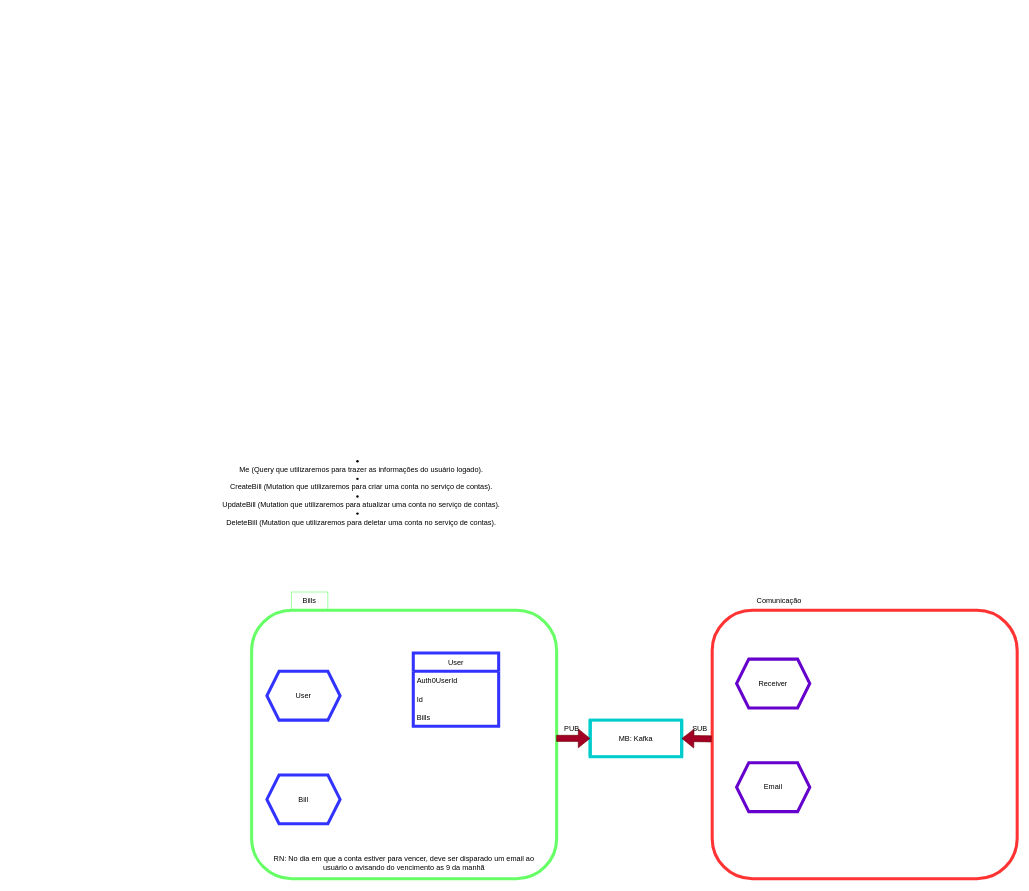
Earlier version of the draw.io diagram domain.drawio (Leonardo-KF/C012-Especialidades). Source tidied: cells renumbered, new cells numbered last; positions are measured from the earlier drawing's top-left corner, leaving out a move shared by most shapes. Both pictures are drawn from the tidied source at 61%, with x=0, y=0 at pixel (10, 445).
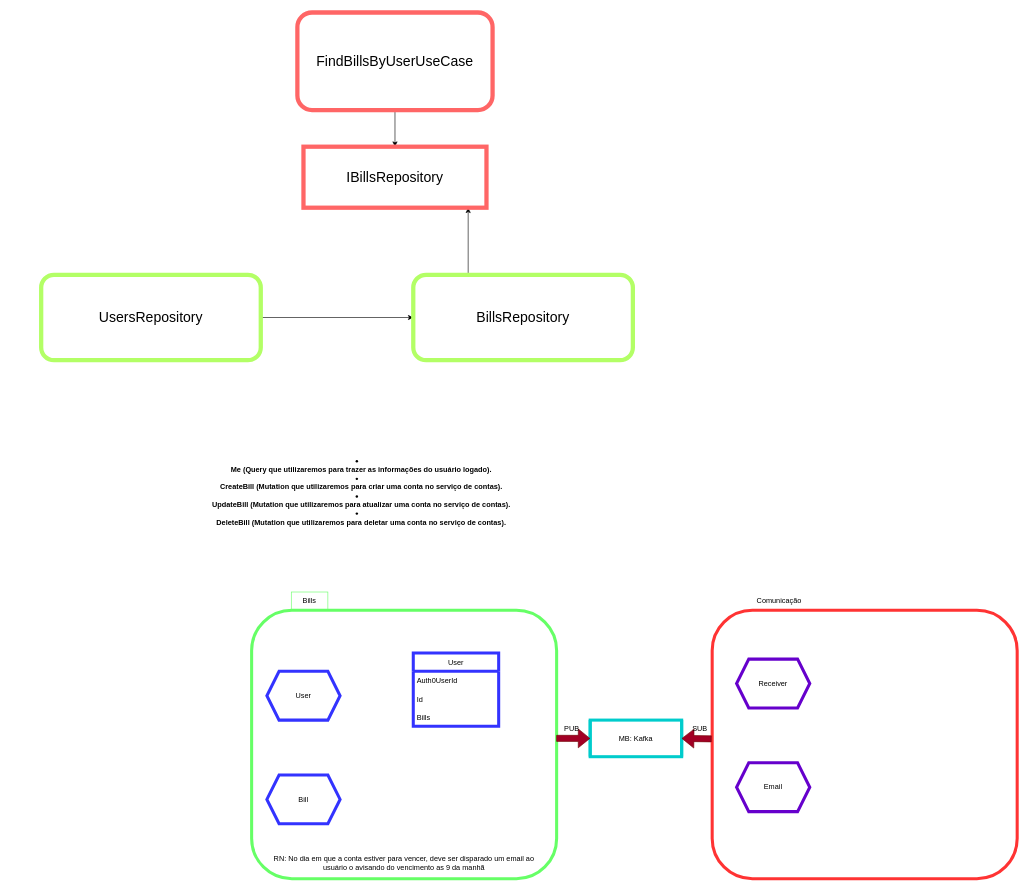
After the change.

The edit, as a diff of the source:
```diff
@@
-    <mxCell id="20" value="&lt;div class=&quot;css-1dbjc4n r-1ro0kt6 r-18u37iz r-16y2uox r-1wbh5a2 r-1777fci&quot;&gt;&lt;div class=&quot;css-1dbjc4n r-1ro0kt6 r-16y2uox r-1wbh5a2 r-1vco6b3 r-9aemit&quot;&gt;&lt;div class=&quot;css-1dbjc4n&quot;&gt;&lt;div class=&quot;css-1dbjc4n&quot;&gt;&lt;li class=&quot;css-4rbku5 r-1oszu61 r-1xc7w19 r-1phboty r-1yadl64 r-deolkf r-6koalj r-1mlwlqe r-eqz5dr r-1q142lx r-crgep1 r-ifefl9 r-bcqeeo r-t60dpp r-iphfwy r-wk8lta r-1yzf0co r-bnwqim r-417010&quot;&gt;&lt;div class=&quot;r-1oszu61 r-1xc7w19 r-1phboty r-1yadl64 r-deolkf r-6koalj r-1ro0kt6 r-18u37iz r-16y2uox r-1wbh5a2 r-crgep1 r-ifefl9 r-bcqeeo r-t60dpp r-bnwqim r-417010&quot;&gt;&lt;div class=&quot;css-1dbjc4n r-13awgt0&quot;&gt;&lt;div class=&quot;r-1oszu61 r-1xc7w19 r-1phboty r-1yadl64 r-deolkf r-6koalj r-1mlwlqe r-eqz5dr r-1q142lx r-crgep1 r-ifefl9 r-bcqeeo r-t60dpp r-bnwqim r-417010&quot;&gt;&lt;div dir=&quot;auto&quot; class=&quot;css-901oao r-z9jf92 r-gg6oyi r-ubezar r-16dba41 r-135wba7 r-fdjqy7 r-1xnzce8&quot;&gt;&lt;span&gt;Me (Query que utilizaremos para trazer as informações do usuário logado). &lt;/span&gt;&lt;/div&gt;&lt;/div&gt;&lt;/div&gt;&lt;/div&gt;&lt;/li&gt;&lt;/div&gt;&lt;/div&gt;&lt;/div&gt;&lt;/div&gt;&lt;div class=&quot;css-1dbjc4n r-1ro0kt6 r-18u37iz r-16y2uox r-1wbh5a2 r-1777fci&quot;&gt;&lt;div class=&quot;css-1dbjc4n r-1ro0kt6 r-16y2uox r-1wbh5a2 r-1vco6b3 r-9aemit&quot;&gt;&lt;div class=&quot;css-1dbjc4n&quot;&gt;&lt;div class=&quot;css-1dbjc4n&quot;&gt;&lt;li class=&quot;css-4rbku5 r-1oszu61 r-1xc7w19 r-1phboty r-1yadl64 r-deolkf r-6koalj r-1mlwlqe r-eqz5dr r-1q142lx r-crgep1 r-ifefl9 r-bcqeeo r-t60dpp r-iphfwy r-1h8ys4a r-1yzf0co r-bnwqim r-417010&quot;&gt;&lt;div class=&quot;r-1oszu61 r-1xc7w19 r-1phboty r-1yadl64 r-deolkf r-6koalj r-1ro0kt6 r-18u37iz r-16y2uox r-1wbh5a2 r-crgep1 r-ifefl9 r-bcqeeo r-t60dpp r-bnwqim r-417010&quot;&gt;&lt;div class=&quot;r-1awozwy r-1xc7w19 r-1phboty r-1yadl64 r-deolkf r-6koalj r-1mlwlqe r-18u37iz r-1q142lx r-1472mwg r-crgep1 r-ifefl9 r-bcqeeo r-t60dpp r-1m04atk r-1pyaxff r-bnwqim r-417010&quot;&gt;&lt;/div&gt;&lt;div class=&quot;css-1dbjc4n r-13awgt0&quot;&gt;&lt;div class=&quot;r-1oszu61 r-1xc7w19 r-1phboty r-1yadl64 r-deolkf r-6koalj r-1mlwlqe r-eqz5dr r-1q142lx r-crgep1 r-ifefl9 r-bcqeeo r-t60dpp r-bnwqim r-417010&quot;&gt;&lt;div dir=&quot;auto&quot; class=&quot;css-901oao r-z9jf92 r-gg6oyi r-ubezar r-16dba41 r-135wba7 r-fdjqy7 r-1xnzce8&quot;&gt;&lt;span&gt;CreateBill (Mutation que utilizaremos para criar uma conta no serviço de contas).&lt;/span&gt;&lt;/div&gt;&lt;/div&gt;&lt;/div&gt;&lt;/div&gt;&lt;/li&gt;&lt;/div&gt;&lt;/div&gt;&lt;/div&gt;&lt;/div&gt;&lt;div class=&quot;css-1dbjc4n r-1ro0kt6 r-18u37iz r-16y2uox r-1wbh5a2 r-1777fci&quot;&gt;&lt;div class=&quot;css-1dbjc4n r-1ro0kt6 r-16y2uox r-1wbh5a2 r-1vco6b3 r-9aemit&quot;&gt;&lt;div class=&quot;css-1dbjc4n&quot;&gt;&lt;div class=&quot;css-1dbjc4n&quot;&gt;&lt;li class=&quot;css-4rbku5 r-1oszu61 r-1xc7w19 r-1phboty r-1yadl64 r-deolkf r-6koalj r-1mlwlqe r-eqz5dr r-1q142lx r-crgep1 r-ifefl9 r-bcqeeo r-t60dpp r-iphfwy r-1h8ys4a r-1yzf0co r-bnwqim r-417010&quot;&gt;&lt;div class=&quot;r-1oszu61 r-1xc7w19 r-1phboty r-1yadl64 r-deolkf r-6koalj r-1ro0kt6 r-18u37iz r-16y2uox r-1wbh5a2 r-crgep1 r-ifefl9 r-bcqeeo r-t60dpp r-bnwqim r-417010&quot;&gt;&lt;div class=&quot;r-1awozwy r-1xc7w19 r-1phboty r-1yadl64 r-deolkf r-6koalj r-1mlwlqe r-18u37iz r-1q142lx r-1472mwg r-crgep1 r-ifefl9 r-bcqeeo r-t60dpp r-1m04atk r-1pyaxff r-bnwqim r-417010&quot;&gt;&lt;/div&gt;&lt;div class=&quot;css-1dbjc4n r-13awgt0&quot;&gt;&lt;div class=&quot;r-1oszu61 r-1xc7w19 r-1phboty r-1yadl64 r-deolkf r-6koalj r-1mlwlqe r-eqz5dr r-1q142lx r-crgep1 r-ifefl9 r-bcqeeo r-t60dpp r-bnwqim r-417010&quot;&gt;&lt;div dir=&quot;auto&quot; class=&quot;css-901oao r-z9jf92 r-gg6oyi r-ubezar r-16dba41 r-135wba7 r-fdjqy7 r-1xnzce8&quot;&gt;&lt;span&gt;UpdateBill (Mutation que utilizaremos para atualizar uma conta no serviço de contas).&lt;/span&gt;&lt;/div&gt;&lt;/div&gt;&lt;/div&gt;&lt;/div&gt;&lt;/li&gt;&lt;/div&gt;&lt;/div&gt;&lt;/div&gt;&lt;/div&gt;&lt;div class=&quot;css-1dbjc4n r-1ro0kt6 r-18u37iz r-16y2uox r-1wbh5a2 r-1777fci&quot;&gt;&lt;div class=&quot;css-1dbjc4n r-1ro0kt6 r-16y2uox r-1wbh5a2 r-1vco6b3 r-9aemit&quot;&gt;&lt;div class=&quot;css-1dbjc4n&quot;&gt;&lt;div class=&quot;css-1dbjc4n&quot;&gt;&lt;li class=&quot;css-4rbku5 r-1oszu61 r-1xc7w19 r-1phboty r-1yadl64 r-deolkf r-6koalj r-1mlwlqe r-eqz5dr r-1q142lx r-crgep1 r-ifefl9 r-bcqeeo r-t60dpp r-1mdbw0j r-1h8ys4a r-1yzf0co r-bnwqim r-417010&quot;&gt;&lt;div class=&quot;r-1oszu61 r-1xc7w19 r-1phboty r-1yadl64 r-deolkf r-6koalj r-1ro0kt6 r-18u37iz r-16y2uox r-1wbh5a2 r-crgep1 r-ifefl9 r-bcqeeo r-t60dpp r-bnwqim r-417010&quot;&gt;&lt;div class=&quot;r-1awozwy r-1xc7w19 r-1phboty r-1yadl64 r-deolkf r-6koalj r-1mlwlqe r-18u37iz r-1q142lx r-1472mwg r-crgep1 r-ifefl9 r-bcqeeo r-t60dpp r-1m04atk r-1pyaxff r-bnwqim r-417010&quot;&gt;&lt;/div&gt;&lt;div class=&quot;css-1dbjc4n r-13awgt0&quot;&gt;&lt;div class=&quot;r-1oszu61 r-1xc7w19 r-1phboty r-1yadl64 r-deolkf r-6koalj r-1mlwlqe r-eqz5dr r-1q142lx r-crgep1 r-ifefl9 r-bcqeeo r-t60dpp r-bnwqim r-417010&quot;&gt;&lt;div dir=&quot;auto&quot; class=&quot;css-901oao r-z9jf92 r-gg6oyi r-ubezar r-16dba41 r-135wba7 r-fdjqy7 r-1xnzce8&quot;&gt;&lt;span&gt;DeleteBill (Mutation que utilizaremos para deletar uma conta no serviço de contas).&lt;/span&gt;&lt;/div&gt;&lt;/div&gt;&lt;/div&gt;&lt;/div&gt;&lt;/li&gt;&lt;/div&gt;&lt;/div&gt;&lt;/div&gt;&lt;/div&gt;" style="text;html=1;strokeColor=none;fillColor=none;align=center;verticalAlign=middle;whiteSpace=wrap;rounded=0;" parent="1" vertex="1">
+    <mxCell id="20" value="&lt;div class=&quot;css-1dbjc4n r-1ro0kt6 r-18u37iz r-16y2uox r-1wbh5a2 r-1777fci&quot;&gt;&lt;div class=&quot;css-1dbjc4n r-1ro0kt6 r-16y2uox r-1wbh5a2 r-1vco6b3 r-9aemit&quot;&gt;&lt;div class=&quot;css-1dbjc4n&quot;&gt;&lt;div class=&quot;css-1dbjc4n&quot;&gt;&lt;li class=&quot;css-4rbku5 r-1oszu61 r-1xc7w19 r-1phboty r-1yadl64 r-deolkf r-6koalj r-1mlwlqe r-eqz5dr r-1q142lx r-crgep1 r-ifefl9 r-bcqeeo r-t60dpp r-iphfwy r-wk8lta r-1yzf0co r-bnwqim r-417010&quot;&gt;&lt;div class=&quot;r-1oszu61 r-1xc7w19 r-1phboty r-1yadl64 r-deolkf r-6koalj r-1ro0kt6 r-18u37iz r-16y2uox r-1wbh5a2 r-crgep1 r-ifefl9 r-bcqeeo r-t60dpp r-bnwqim r-417010&quot;&gt;&lt;div class=&quot;css-1dbjc4n r-13awgt0&quot;&gt;&lt;div class=&quot;r-1oszu61 r-1xc7w19 r-1phboty r-1yadl64 r-deolkf r-6koalj r-1mlwlqe r-eqz5dr r-1q142lx r-crgep1 r-ifefl9 r-bcqeeo r-t60dpp r-bnwqim r-417010&quot;&gt;&lt;div dir=&quot;auto&quot; class=&quot;css-901oao r-z9jf92 r-gg6oyi r-ubezar r-16dba41 r-135wba7 r-fdjqy7 r-1xnzce8&quot;&gt;&lt;span&gt;Me (Query que utilizaremos para trazer as informações do usuário logado). &lt;/span&gt;&lt;/div&gt;&lt;/div&gt;&lt;/div&gt;&lt;/div&gt;&lt;/li&gt;&lt;/div&gt;&lt;/div&gt;&lt;/div&gt;&lt;/div&gt;&lt;div class=&quot;css-1dbjc4n r-1ro0kt6 r-18u37iz r-16y2uox r-1wbh5a2 r-1777fci&quot;&gt;&lt;div class=&quot;css-1dbjc4n r-1ro0kt6 r-16y2uox r-1wbh5a2 r-1vco6b3 r-9aemit&quot;&gt;&lt;div class=&quot;css-1dbjc4n&quot;&gt;&lt;div class=&quot;css-1dbjc4n&quot;&gt;&lt;li class=&quot;css-4rbku5 r-1oszu61 r-1xc7w19 r-1phboty r-1yadl64 r-deolkf r-6koalj r-1mlwlqe r-eqz5dr r-1q142lx r-crgep1 r-ifefl9 r-bcqeeo r-t60dpp r-iphfwy r-1h8ys4a r-1yzf0co r-bnwqim r-417010&quot;&gt;&lt;div class=&quot;r-1oszu61 r-1xc7w19 r-1phboty r-1yadl64 r-deolkf r-6koalj r-1ro0kt6 r-18u37iz r-16y2uox r-1wbh5a2 r-crgep1 r-ifefl9 r-bcqeeo r-t60dpp r-bnwqim r-417010&quot;&gt;&lt;div class=&quot;r-1awozwy r-1xc7w19 r-1phboty r-1yadl64 r-deolkf r-6koalj r-1mlwlqe r-18u37iz r-1q142lx r-1472mwg r-crgep1 r-ifefl9 r-bcqeeo r-t60dpp r-1m04atk r-1pyaxff r-bnwqim r-417010&quot;&gt;&lt;/div&gt;&lt;div class=&quot;css-1dbjc4n r-13awgt0&quot;&gt;&lt;div class=&quot;r-1oszu61 r-1xc7w19 r-1phboty r-1yadl64 r-deolkf r-6koalj r-1mlwlqe r-eqz5dr r-1q142lx r-crgep1 r-ifefl9 r-bcqeeo r-t60dpp r-bnwqim r-417010&quot;&gt;&lt;div dir=&quot;auto&quot; class=&quot;css-901oao r-z9jf92 r-gg6oyi r-ubezar r-16dba41 r-135wba7 r-fdjqy7 r-1xnzce8&quot;&gt;&lt;span&gt;CreateBill (Mutation que utilizaremos para criar uma conta no serviço de contas).&lt;/span&gt;&lt;/div&gt;&lt;/div&gt;&lt;/div&gt;&lt;/div&gt;&lt;/li&gt;&lt;/div&gt;&lt;/div&gt;&lt;/div&gt;&lt;/div&gt;&lt;div class=&quot;css-1dbjc4n r-1ro0kt6 r-18u37iz r-16y2uox r-1wbh5a2 r-1777fci&quot;&gt;&lt;div class=&quot;css-1dbjc4n r-1ro0kt6 r-16y2uox r-1wbh5a2 r-1vco6b3 r-9aemit&quot;&gt;&lt;div class=&quot;css-1dbjc4n&quot;&gt;&lt;div class=&quot;css-1dbjc4n&quot;&gt;&lt;li class=&quot;css-4rbku5 r-1oszu61 r-1xc7w19 r-1phboty r-1yadl64 r-deolkf r-6koalj r-1mlwlqe r-eqz5dr r-1q142lx r-crgep1 r-ifefl9 r-bcqeeo r-t60dpp r-iphfwy r-1h8ys4a r-1yzf0co r-bnwqim r-417010&quot;&gt;&lt;div class=&quot;r-1oszu61 r-1xc7w19 r-1phboty r-1yadl64 r-deolkf r-6koalj r-1ro0kt6 r-18u37iz r-16y2uox r-1wbh5a2 r-crgep1 r-ifefl9 r-bcqeeo r-t60dpp r-bnwqim r-417010&quot;&gt;&lt;div class=&quot;r-1awozwy r-1xc7w19 r-1phboty r-1yadl64 r-deolkf r-6koalj r-1mlwlqe r-18u37iz r-1q142lx r-1472mwg r-crgep1 r-ifefl9 r-bcqeeo r-t60dpp r-1m04atk r-1pyaxff r-bnwqim r-417010&quot;&gt;&lt;/div&gt;&lt;div class=&quot;css-1dbjc4n r-13awgt0&quot;&gt;&lt;div class=&quot;r-1oszu61 r-1xc7w19 r-1phboty r-1yadl64 r-deolkf r-6koalj r-1mlwlqe r-eqz5dr r-1q142lx r-crgep1 r-ifefl9 r-bcqeeo r-t60dpp r-bnwqim r-417010&quot;&gt;&lt;div dir=&quot;auto&quot; class=&quot;css-901oao r-z9jf92 r-gg6oyi r-ubezar r-16dba41 r-135wba7 r-fdjqy7 r-1xnzce8&quot;&gt;&lt;span&gt;UpdateBill (Mutation que utilizaremos para atualizar uma conta no serviço de contas).&lt;/span&gt;&lt;/div&gt;&lt;/div&gt;&lt;/div&gt;&lt;/div&gt;&lt;/li&gt;&lt;/div&gt;&lt;/div&gt;&lt;/div&gt;&lt;/div&gt;&lt;div class=&quot;css-1dbjc4n r-1ro0kt6 r-18u37iz r-16y2uox r-1wbh5a2 r-1777fci&quot;&gt;&lt;div class=&quot;css-1dbjc4n r-1ro0kt6 r-16y2uox r-1wbh5a2 r-1vco6b3 r-9aemit&quot;&gt;&lt;div class=&quot;css-1dbjc4n&quot;&gt;&lt;div class=&quot;css-1dbjc4n&quot;&gt;&lt;li class=&quot;css-4rbku5 r-1oszu61 r-1xc7w19 r-1phboty r-1yadl64 r-deolkf r-6koalj r-1mlwlqe r-eqz5dr r-1q142lx r-crgep1 r-ifefl9 r-bcqeeo r-t60dpp r-1mdbw0j r-1h8ys4a r-1yzf0co r-bnwqim r-417010&quot;&gt;&lt;div class=&quot;r-1oszu61 r-1xc7w19 r-1phboty r-1yadl64 r-deolkf r-6koalj r-1ro0kt6 r-18u37iz r-16y2uox r-1wbh5a2 r-crgep1 r-ifefl9 r-bcqeeo r-t60dpp r-bnwqim r-417010&quot;&gt;&lt;div class=&quot;r-1awozwy r-1xc7w19 r-1phboty r-1yadl64 r-deolkf r-6koalj r-1mlwlqe r-18u37iz r-1q142lx r-1472mwg r-crgep1 r-ifefl9 r-bcqeeo r-t60dpp r-1m04atk r-1pyaxff r-bnwqim r-417010&quot;&gt;&lt;/div&gt;&lt;div class=&quot;css-1dbjc4n r-13awgt0&quot;&gt;&lt;div class=&quot;r-1oszu61 r-1xc7w19 r-1phboty r-1yadl64 r-deolkf r-6koalj r-1mlwlqe r-eqz5dr r-1q142lx r-crgep1 r-ifefl9 r-bcqeeo r-t60dpp r-bnwqim r-417010&quot;&gt;&lt;div dir=&quot;auto&quot; class=&quot;css-901oao r-z9jf92 r-gg6oyi r-ubezar r-16dba41 r-135wba7 r-fdjqy7 r-1xnzce8&quot;&gt;&lt;span&gt;DeleteBill (Mutation que utilizaremos para deletar uma conta no serviço de contas).&lt;/span&gt;&lt;/div&gt;&lt;/div&gt;&lt;/div&gt;&lt;/div&gt;&lt;/li&gt;&lt;/div&gt;&lt;/div&gt;&lt;/div&gt;&lt;/div&gt;" style="text;html=1;strokeColor=none;fillColor=none;align=center;verticalAlign=middle;whiteSpace=wrap;rounded=0;fontStyle=1;" parent="1" vertex="1">
       <mxGeometry width="1150" height="150" as="geometry" />
     </mxCell>
+    <mxCell id="21" style="edgeStyle=none;html=1;exitX=0.5;exitY=1;exitDx=0;exitDy=0;entryX=0.5;entryY=0;entryDx=0;entryDy=0;fontSize=23;" parent="1" edge="1" source="22" target="27">
+      <mxGeometry relative="1" as="geometry" />
+    </mxCell>
+    <mxCell id="22" value="FindBillsByUserUseCase" style="rounded=1;whiteSpace=wrap;html=1;strokeWidth=7;fontSize=23;strokeColor=#FF6666;" parent="1" vertex="1">
+      <mxGeometry x="470" y="-710" width="320" height="160" as="geometry" />
+    </mxCell>
+    <mxCell id="23" style="edgeStyle=none;html=1;exitX=1;exitY=0.5;exitDx=0;exitDy=0;entryX=0;entryY=0.5;entryDx=0;entryDy=0;fontSize=23;" parent="1" edge="1" source="24" target="26">
+      <mxGeometry relative="1" as="geometry" />
+    </mxCell>
+    <mxCell id="24" value="UsersRepository" style="rounded=1;whiteSpace=wrap;html=1;fontSize=23;strokeColor=#B3FF66;strokeWidth=7;" parent="1" vertex="1">
+      <mxGeometry x="50" y="-280" width="360" height="140" as="geometry" />
+    </mxCell>
+    <mxCell id="25" style="edgeStyle=none;html=1;exitX=0.25;exitY=0;exitDx=0;exitDy=0;entryX=0.9;entryY=1;entryDx=0;entryDy=0;entryPerimeter=0;fontSize=23;" parent="1" edge="1" source="26" target="27">
+      <mxGeometry relative="1" as="geometry" />
+    </mxCell>
+    <mxCell id="26" value="BillsRepository" style="rounded=1;whiteSpace=wrap;html=1;fontSize=23;strokeColor=#B3FF66;strokeWidth=7;" parent="1" vertex="1">
+      <mxGeometry x="660" y="-280" width="360" height="140" as="geometry" />
+    </mxCell>
+    <mxCell id="27" value="IBillsRepository" style="rounded=0;whiteSpace=wrap;html=1;fontSize=23;strokeColor=#FF6666;strokeWidth=7;" parent="1" vertex="1">
+      <mxGeometry x="480" y="-490" width="300" height="100" as="geometry" />
+    </mxCell>
```
